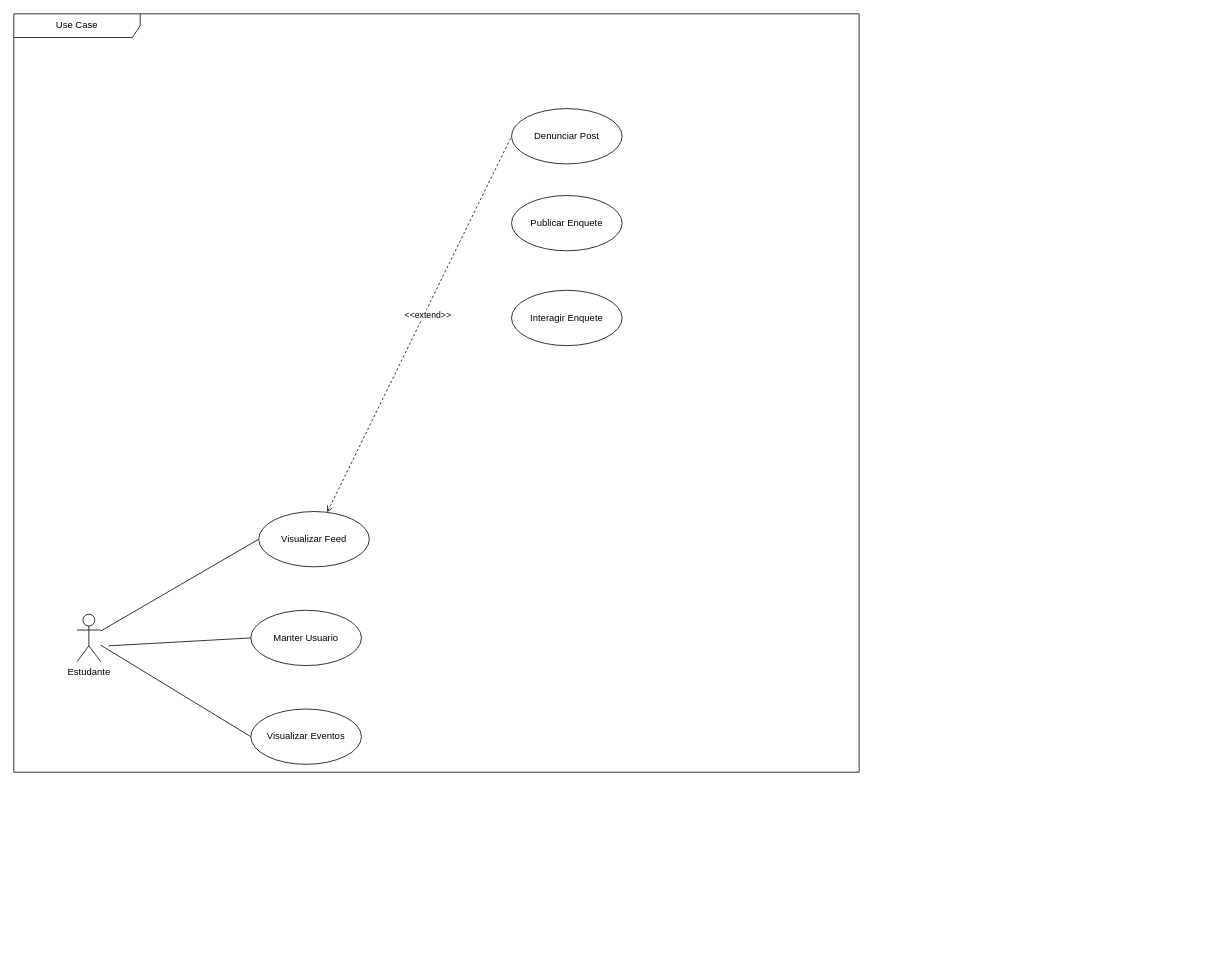
Before: Draw.io/casos_de_uso_mobile.drawio in Organization-Meets/Meets_Docs, a draw.io diagram. Source tidied: cells renumbered, new cells numbered last; positions are measured from the earlier drawing's top-left corner, leaving out a move shared by most shapes. Both pictures are drawn from the tidied source at 79%, with x=0, y=0 at pixel (13, 13).
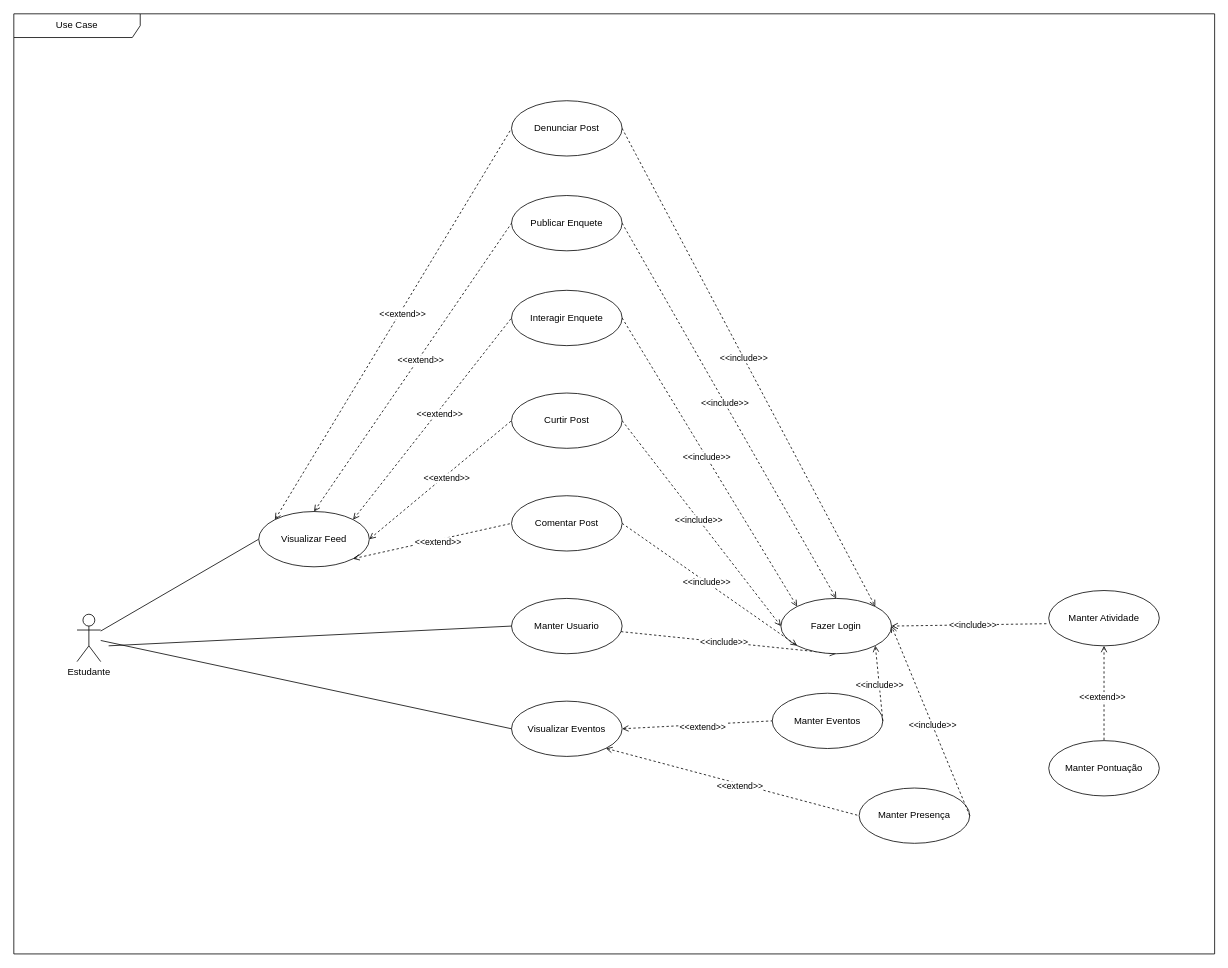
The same diagram, later.

The change refers to these unchanged cells:
```xml
<mxCell id="8" value="Visualizar Feed" style="ellipse;whiteSpace=wrap;html=1;" parent="2" vertex="1">
  <mxGeometry x="310" y="630" width="140" height="70" as="geometry" />
</mxCell>
<mxCell id="13" value="Publicar Enquete" style="ellipse;whiteSpace=wrap;html=1;" parent="2" vertex="1">
  <mxGeometry x="630" y="230" width="140" height="70" as="geometry" />
</mxCell>
<mxCell id="14" value="Interagir Enquete" style="ellipse;whiteSpace=wrap;html=1;" parent="2" vertex="1">
  <mxGeometry x="630" y="350" width="140" height="70" as="geometry" />
</mxCell>
```

Change to the diagram source:
```diff
@@
     <mxCell id="2" value="Use Case" style="shape=umlFrame;whiteSpace=wrap;html=1;width=160;" parent="1" vertex="1">
-      <mxGeometry width="1070" height="960" as="geometry" />
+      <mxGeometry width="1520" height="1190" as="geometry" />
     </mxCell>
@@
-    <mxCell id="6" style="rounded=0;jettySize=auto;html=1;entryX=0;entryY=0.5;entryDx=0;entryDy=0;endArrow=none;endFill=0;dashed=1;startArrow=open;startFill=0;" parent="2" edge="1" source="8" target="12">
+    <mxCell id="6" style="rounded=0;jettySize=auto;html=1;entryX=0;entryY=0.5;entryDx=0;entryDy=0;endArrow=none;endFill=0;dashed=1;startArrow=open;startFill=0;exitX=0;exitY=0;exitDx=0;exitDy=0;" parent="2" edge="1" source="8" target="12">
       <mxGeometry relative="1" as="geometry" />
     </mxCell>
@@
+    <mxCell id="15" style="rounded=0;jettySize=auto;html=1;entryX=0.5;entryY=1;entryDx=0;entryDy=0;endArrow=open;endFill=0;dashed=1;" parent="2" edge="1" source="9" target="34">
+      <mxGeometry relative="1" as="geometry" />
+    </mxCell>
+    <mxCell id="16" value="&amp;lt;&amp;lt;include&amp;gt;&amp;gt;" style="edgeLabel;html=1;align=center;verticalAlign=middle;" parent="15" vertex="1">
+      <mxGeometry x="-0.04" relative="1" as="geometry" />
+    </mxCell>
     <mxCell id="9" value="Manter Usuario" style="ellipse;whiteSpace=wrap;html=1;" parent="2" vertex="1">
-      <mxGeometry x="300" y="755" width="140" height="70" as="geometry" />
+      <mxGeometry x="630" y="740" width="140" height="70" as="geometry" />
     </mxCell>
     <mxCell id="10" value="Visualizar Eventos" style="ellipse;whiteSpace=wrap;html=1;" parent="2" vertex="1">
-      <mxGeometry x="300" y="880" width="140" height="70" as="geometry" />
+      <mxGeometry x="630" y="870" width="140" height="70" as="geometry" />
     </mxCell>
@@
     <mxCell id="12" value="Denunciar Post" style="ellipse;whiteSpace=wrap;html=1;" parent="2" vertex="1">
-      <mxGeometry x="630" y="120" width="140" height="70" as="geometry" />
+      <mxGeometry x="630" y="110" width="140" height="70" as="geometry" />
     </mxCell>
@@
+    <mxCell id="17" style="rounded=0;jettySize=auto;html=1;entryX=0;entryY=0.5;entryDx=0;entryDy=0;endArrow=none;endFill=0;dashed=1;startArrow=open;startFill=0;exitX=0.5;exitY=0;exitDx=0;exitDy=0;" parent="2" edge="1" source="8" target="13">
+      <mxGeometry relative="1" as="geometry" />
+    </mxCell>
+    <mxCell id="18" value="&amp;lt;&amp;lt;extend&amp;gt;&amp;gt;" style="edgeLabel;html=1;align=center;verticalAlign=middle;" parent="17" vertex="1">
+      <mxGeometry x="0.06" y="-3" relative="1" as="geometry" />
+    </mxCell>
+    <mxCell id="19" value="Curtir Post" style="ellipse;whiteSpace=wrap;html=1;" parent="2" vertex="1">
+      <mxGeometry x="630" y="480" width="140" height="70" as="geometry" />
+    </mxCell>
+    <mxCell id="20" style="rounded=0;jettySize=auto;html=1;entryX=0;entryY=0.5;entryDx=0;entryDy=0;endArrow=none;endFill=0;dashed=1;startArrow=open;startFill=0;exitX=1;exitY=0;exitDx=0;exitDy=0;" parent="2" edge="1" source="8" target="14">
+      <mxGeometry relative="1" as="geometry" />
+    </mxCell>
+    <mxCell id="21" value="&amp;lt;&amp;lt;extend&amp;gt;&amp;gt;" style="edgeLabel;html=1;align=center;verticalAlign=middle;" parent="20" vertex="1">
+      <mxGeometry x="0.06" y="-3" relative="1" as="geometry" />
+    </mxCell>
+    <mxCell id="22" style="rounded=0;jettySize=auto;html=1;entryX=0;entryY=0.5;entryDx=0;entryDy=0;endArrow=none;endFill=0;dashed=1;startArrow=open;startFill=0;exitX=1;exitY=0.5;exitDx=0;exitDy=0;" parent="2" edge="1" source="8" target="19">
+      <mxGeometry relative="1" as="geometry" />
+    </mxCell>
+    <mxCell id="23" value="&amp;lt;&amp;lt;extend&amp;gt;&amp;gt;" style="edgeLabel;html=1;align=center;verticalAlign=middle;" parent="22" vertex="1">
+      <mxGeometry x="0.06" y="-3" relative="1" as="geometry" />
+    </mxCell>
+    <mxCell id="24" value="Comentar Post" style="ellipse;whiteSpace=wrap;html=1;" parent="2" vertex="1">
+      <mxGeometry x="630" y="610" width="140" height="70" as="geometry" />
+    </mxCell>
+    <mxCell id="25" style="rounded=0;jettySize=auto;html=1;entryX=0;entryY=0.5;entryDx=0;entryDy=0;endArrow=none;endFill=0;dashed=1;startArrow=open;startFill=0;exitX=1;exitY=1;exitDx=0;exitDy=0;" parent="2" edge="1" source="8" target="24">
+      <mxGeometry relative="1" as="geometry" />
+    </mxCell>
+    <mxCell id="26" value="&amp;lt;&amp;lt;extend&amp;gt;&amp;gt;" style="edgeLabel;html=1;align=center;verticalAlign=middle;" parent="25" vertex="1">
+      <mxGeometry x="0.06" y="-3" relative="1" as="geometry" />
+    </mxCell>
+    <mxCell id="27" value="Manter Atividade" style="ellipse;whiteSpace=wrap;html=1;" parent="2" vertex="1">
+      <mxGeometry x="1310" y="730" width="140" height="70" as="geometry" />
+    </mxCell>
+    <mxCell id="28" value="Manter Eventos" style="ellipse;whiteSpace=wrap;html=1;" parent="2" vertex="1">
+      <mxGeometry x="960" y="860" width="140" height="70" as="geometry" />
+    </mxCell>
+    <mxCell id="29" value="Manter Presença" style="ellipse;whiteSpace=wrap;html=1;" parent="2" vertex="1">
+      <mxGeometry x="1070" y="980" width="140" height="70" as="geometry" />
+    </mxCell>
+    <mxCell id="30" style="rounded=0;jettySize=auto;html=1;entryX=0;entryY=0.5;entryDx=0;entryDy=0;endArrow=none;endFill=0;dashed=1;startArrow=open;startFill=0;exitX=1;exitY=0.5;exitDx=0;exitDy=0;" parent="2" edge="1" source="10" target="28">
+      <mxGeometry relative="1" as="geometry" />
+    </mxCell>
+    <mxCell id="31" value="&amp;lt;&amp;lt;extend&amp;gt;&amp;gt;" style="edgeLabel;html=1;align=center;verticalAlign=middle;" parent="30" vertex="1">
+      <mxGeometry x="0.06" y="-3" relative="1" as="geometry" />
+    </mxCell>
+    <mxCell id="32" style="rounded=0;jettySize=auto;html=1;entryX=0;entryY=0.5;entryDx=0;entryDy=0;endArrow=none;endFill=0;dashed=1;startArrow=open;startFill=0;exitX=1;exitY=1;exitDx=0;exitDy=0;" parent="2" edge="1" source="10" target="29">
+      <mxGeometry relative="1" as="geometry" />
+    </mxCell>
+    <mxCell id="33" value="&amp;lt;&amp;lt;extend&amp;gt;&amp;gt;" style="edgeLabel;html=1;align=center;verticalAlign=middle;" parent="32" vertex="1">
+      <mxGeometry x="0.06" y="-3" relative="1" as="geometry" />
+    </mxCell>
+    <mxCell id="34" value="Fazer Login" style="ellipse;whiteSpace=wrap;html=1;" parent="2" vertex="1">
+      <mxGeometry x="971" y="740" width="140" height="70" as="geometry" />
+    </mxCell>
+    <mxCell id="35" style="rounded=0;jettySize=auto;html=1;entryX=0;entryY=1;entryDx=0;entryDy=0;endArrow=open;endFill=0;dashed=1;exitX=1;exitY=0.5;exitDx=0;exitDy=0;" parent="2" edge="1" source="24" target="34">
+      <mxGeometry relative="1" as="geometry" />
+    </mxCell>
+    <mxCell id="36" value="&amp;lt;&amp;lt;include&amp;gt;&amp;gt;" style="edgeLabel;html=1;align=center;verticalAlign=middle;" parent="35" vertex="1">
+      <mxGeometry x="-0.04" relative="1" as="geometry" />
+    </mxCell>
+    <mxCell id="37" style="rounded=0;jettySize=auto;html=1;entryX=1;entryY=1;entryDx=0;entryDy=0;endArrow=open;endFill=0;dashed=1;exitX=1;exitY=0.5;exitDx=0;exitDy=0;" parent="2" edge="1" source="28" target="34">
+      <mxGeometry relative="1" as="geometry" />
+    </mxCell>
+    <mxCell id="38" value="&amp;lt;&amp;lt;include&amp;gt;&amp;gt;" style="edgeLabel;html=1;align=center;verticalAlign=middle;" parent="37" vertex="1">
+      <mxGeometry x="-0.04" relative="1" as="geometry" />
+    </mxCell>
+    <mxCell id="39" style="rounded=0;jettySize=auto;html=1;entryX=1;entryY=0.5;entryDx=0;entryDy=0;endArrow=open;endFill=0;dashed=1;exitX=1;exitY=0.5;exitDx=0;exitDy=0;" parent="2" edge="1" source="29" target="34">
+      <mxGeometry relative="1" as="geometry" />
+    </mxCell>
+    <mxCell id="40" value="&amp;lt;&amp;lt;include&amp;gt;&amp;gt;" style="edgeLabel;html=1;align=center;verticalAlign=middle;" parent="39" vertex="1">
+      <mxGeometry x="-0.04" relative="1" as="geometry" />
+    </mxCell>
+    <mxCell id="41" style="rounded=0;jettySize=auto;html=1;entryX=0;entryY=0;entryDx=0;entryDy=0;endArrow=open;endFill=0;dashed=1;exitX=1;exitY=0.5;exitDx=0;exitDy=0;" parent="2" edge="1" source="14" target="34">
+      <mxGeometry relative="1" as="geometry" />
+    </mxCell>
+    <mxCell id="42" value="&amp;lt;&amp;lt;include&amp;gt;&amp;gt;" style="edgeLabel;html=1;align=center;verticalAlign=middle;" parent="41" vertex="1">
+      <mxGeometry x="-0.04" relative="1" as="geometry" />
+    </mxCell>
+    <mxCell id="43" style="rounded=0;jettySize=auto;html=1;entryX=0;entryY=0.5;entryDx=0;entryDy=0;endArrow=open;endFill=0;dashed=1;exitX=1;exitY=0.5;exitDx=0;exitDy=0;" parent="2" edge="1" source="19" target="34">
+      <mxGeometry relative="1" as="geometry" />
+    </mxCell>
+    <mxCell id="44" value="&amp;lt;&amp;lt;include&amp;gt;&amp;gt;" style="edgeLabel;html=1;align=center;verticalAlign=middle;" parent="43" vertex="1">
+      <mxGeometry x="-0.04" relative="1" as="geometry" />
+    </mxCell>
+    <mxCell id="45" style="rounded=0;jettySize=auto;html=1;entryX=1;entryY=0;entryDx=0;entryDy=0;endArrow=open;endFill=0;dashed=1;exitX=1;exitY=0.5;exitDx=0;exitDy=0;" parent="2" edge="1" source="12" target="34">
+      <mxGeometry relative="1" as="geometry" />
+    </mxCell>
+    <mxCell id="46" value="&amp;lt;&amp;lt;include&amp;gt;&amp;gt;" style="edgeLabel;html=1;align=center;verticalAlign=middle;" parent="45" vertex="1">
+      <mxGeometry x="-0.04" relative="1" as="geometry" />
+    </mxCell>
+    <mxCell id="47" style="rounded=0;jettySize=auto;html=1;entryX=0.5;entryY=0;entryDx=0;entryDy=0;endArrow=open;endFill=0;dashed=1;exitX=1;exitY=0.5;exitDx=0;exitDy=0;" parent="2" edge="1" source="13" target="34">
+      <mxGeometry relative="1" as="geometry" />
+    </mxCell>
+    <mxCell id="48" value="&amp;lt;&amp;lt;include&amp;gt;&amp;gt;" style="edgeLabel;html=1;align=center;verticalAlign=middle;" parent="47" vertex="1">
+      <mxGeometry x="-0.04" relative="1" as="geometry" />
+    </mxCell>
+    <mxCell id="49" style="rounded=0;jettySize=auto;html=1;entryX=1;entryY=0.5;entryDx=0;entryDy=0;endArrow=open;endFill=0;dashed=1;exitX=-0.021;exitY=0.6;exitDx=0;exitDy=0;exitPerimeter=0;" parent="2" edge="1" source="27" target="34">
+      <mxGeometry relative="1" as="geometry" />
+    </mxCell>
+    <mxCell id="50" value="&amp;lt;&amp;lt;include&amp;gt;&amp;gt;" style="edgeLabel;html=1;align=center;verticalAlign=middle;" parent="49" vertex="1">
+      <mxGeometry x="-0.04" relative="1" as="geometry" />
+    </mxCell>
+    <mxCell id="51" value="Manter Pontuação" style="ellipse;whiteSpace=wrap;html=1;" parent="2" vertex="1">
+      <mxGeometry x="1310" y="920" width="140" height="70" as="geometry" />
+    </mxCell>
+    <mxCell id="52" style="rounded=0;jettySize=auto;html=1;entryX=0.5;entryY=0;entryDx=0;entryDy=0;endArrow=none;endFill=0;dashed=1;startArrow=open;startFill=0;exitX=0.5;exitY=1;exitDx=0;exitDy=0;" parent="2" edge="1" source="27" target="51">
+      <mxGeometry relative="1" as="geometry" />
+    </mxCell>
+    <mxCell id="53" value="&amp;lt;&amp;lt;extend&amp;gt;&amp;gt;" style="edgeLabel;html=1;align=center;verticalAlign=middle;" parent="52" vertex="1">
+      <mxGeometry x="0.06" y="-3" relative="1" as="geometry" />
+    </mxCell>
```
